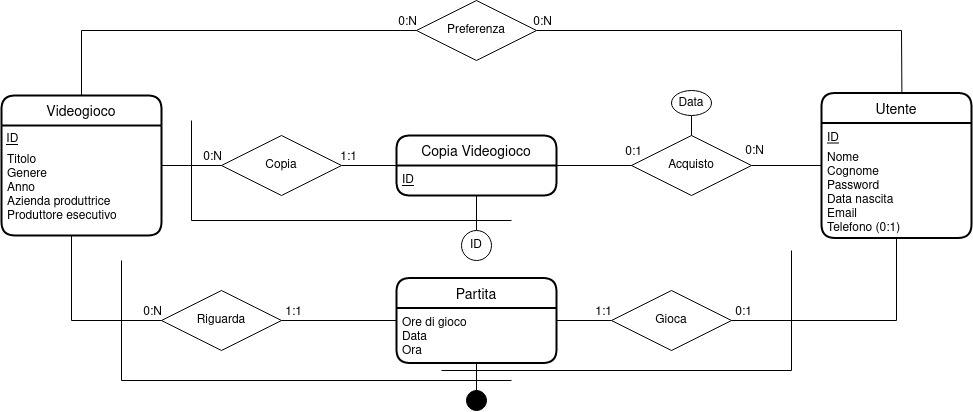
Earlier version of the draw.io export other/vg.png (chrg127/db-online-console). Source tidied: cells renumbered, new cells last; positions are measured from the earlier drawing's top-left corner, leaving out a move shared by most shapes.
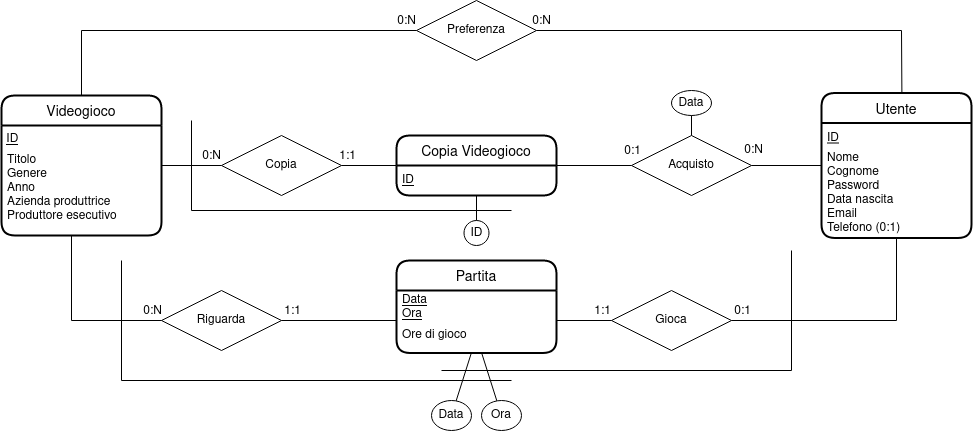
The same diagram one commit later.

Change to the diagram source:
```diff
@@ -11,12 +11,6 @@
     <mxCell id="4" value="Nome&#10;Cognome&#10;Password&#10;Data nascita&#10;Email&#10;Telefono (0:1)" style="align=left;strokeColor=none;fillColor=none;spacingLeft=4;fontSize=12;verticalAlign=top;" parent="2" vertex="1">
       <mxGeometry y="50" width="150" height="95" as="geometry" />
     </mxCell>
-    <mxCell id="5" value="Partita" style="swimlane;horizontal=1;startSize=30;rounded=1;fontSize=14;fontStyle=0;strokeWidth=2;shadow=0;dashed=0;align=center;" parent="1" vertex="1">
-      <mxGeometry x="395" y="277.5" width="160" height="85" as="geometry" />
-    </mxCell>
-    <mxCell id="6" value="Ore di gioco&#10;Data&#10;Ora&#10;" style="align=left;strokeColor=none;fillColor=none;spacingLeft=4;fontSize=12;verticalAlign=top;" parent="5" vertex="1">
-      <mxGeometry y="30" width="160" height="55" as="geometry" />
-    </mxCell>
     <mxCell id="7" value="Videogioco" style="swimlane;horizontal=1;startSize=30;rounded=1;fontSize=14;fontStyle=0;strokeWidth=2;shadow=0;dashed=0;align=center;" parent="1" vertex="1">
       <mxGeometry y="95" width="160" height="140" as="geometry" />
     </mxCell>
@@ -52,8 +46,10 @@
     <mxCell id="17" value="Gioca" style="shape=rhombus;perimeter=rhombusPerimeter;whiteSpace=wrap;html=1;align=center;" parent="1" vertex="1">
       <mxGeometry x="610" y="290" width="120" height="60" as="geometry" />
     </mxCell>
-    <mxCell id="18" style="endArrow=none;html=1;rounded=0;" parent="1" edge="1" source="5" target="17">
-      <mxGeometry relative="1" as="geometry" />
+    <mxCell id="18" style="endArrow=none;html=1;rounded=0;" parent="1" edge="1" target="17">
+      <mxGeometry relative="1" as="geometry">
+        <mxPoint x="555" y="320" as="sourcePoint" />
+      </mxGeometry>
     </mxCell>
     <mxCell id="19" value="1:1" style="html=1;align=right;verticalAlign=bottom;" parent="18" vertex="1">
       <mxGeometry x="1" relative="1" as="geometry" />
@@ -80,8 +76,10 @@
     <mxCell id="25" value="0:N" style="html=1;align=right;verticalAlign=bottom;" parent="24" vertex="1">
       <mxGeometry x="1" relative="1" as="geometry" />
     </mxCell>
-    <mxCell id="26" style="endArrow=none;html=1;rounded=0;" parent="1" edge="1" source="5" target="23">
-      <mxGeometry relative="1" as="geometry" />
+    <mxCell id="26" style="endArrow=none;html=1;rounded=0;" parent="1" edge="1" target="23">
+      <mxGeometry relative="1" as="geometry">
+        <mxPoint x="395" y="320" as="sourcePoint" />
+      </mxGeometry>
     </mxCell>
     <mxCell id="27" value="1:1" style="html=1;align=right;verticalAlign=bottom;" parent="26" vertex="1">
       <mxGeometry x="1" relative="1" as="geometry">
@@ -114,23 +112,20 @@
         <mxPoint x="510" y="380" as="targetPoint" />
       </mxGeometry>
     </mxCell>
-    <mxCell id="33" style="endArrow=none;html=1;rounded=0;" parent="1" edge="1" source="39" target="5">
-      <mxGeometry relative="1" as="geometry" />
-    </mxCell>
     <mxCell id="34" style="endArrow=none;html=1;rounded=0;" parent="1" edge="1">
       <mxGeometry relative="1" as="geometry">
         <mxPoint x="190" y="120" as="sourcePoint" />
-        <mxPoint x="190" y="220" as="targetPoint" />
+        <mxPoint x="190" y="210" as="targetPoint" />
       </mxGeometry>
     </mxCell>
     <mxCell id="35" style="endArrow=none;html=1;rounded=0;" parent="1" edge="1">
       <mxGeometry relative="1" as="geometry">
-        <mxPoint x="190" y="220" as="sourcePoint" />
-        <mxPoint x="510" y="220" as="targetPoint" />
+        <mxPoint x="190" y="210" as="sourcePoint" />
+        <mxPoint x="510" y="210" as="targetPoint" />
       </mxGeometry>
     </mxCell>
     <mxCell id="36" value="ID" style="ellipse;whiteSpace=wrap;html=1;align=center;labelBackgroundColor=#ffffff;fillColor=none;" parent="1" vertex="1">
-      <mxGeometry x="460" y="230" width="30" height="30" as="geometry" />
+      <mxGeometry x="462.5" y="220" width="25" height="25" as="geometry" />
     </mxCell>
     <mxCell id="37" value="Data" style="ellipse;whiteSpace=wrap;html=1;align=center;fillColor=none;" parent="1" vertex="1">
       <mxGeometry x="670" y="90" width="40" height="25" as="geometry" />
@@ -138,9 +133,6 @@
     <mxCell id="38" style="endArrow=none;html=1;rounded=0;" parent="1" edge="1" source="37" target="20">
       <mxGeometry relative="1" as="geometry" />
     </mxCell>
-    <mxCell id="39" style="ellipse;whiteSpace=wrap;html=1;align=center;fillColor=#000000;" parent="1" vertex="1">
-      <mxGeometry x="465" y="390" width="20" height="20" as="geometry" />
-    </mxCell>
     <mxCell id="40" style="endArrow=none;html=1;rounded=0;" parent="1" edge="1" target="17">
       <mxGeometry relative="1" as="geometry">
         <mxPoint x="895" y="320" as="sourcePoint" />
@@ -202,5 +194,26 @@
         <mxPoint x="900" y="30" as="sourcePoint" />
       </mxGeometry>
     </mxCell>
+    <mxCell id="53" value="Data" style="ellipse;whiteSpace=wrap;html=1;align=center;labelBackgroundColor=none;fillColor=none;" parent="1" vertex="1">
+      <mxGeometry x="430" y="400" width="40" height="30" as="geometry" />
+    </mxCell>
+    <mxCell id="54" value="Ora" style="ellipse;whiteSpace=wrap;html=1;align=center;labelBackgroundColor=none;fillColor=none;" parent="1" vertex="1">
+      <mxGeometry x="480" y="400" width="40" height="30" as="geometry" />
+    </mxCell>
+    <mxCell id="55" style="endArrow=none;html=1;fontColor=#000000;" parent="1" edge="1" source="58" target="53">
+      <mxGeometry relative="1" as="geometry" />
+    </mxCell>
+    <mxCell id="56" style="endArrow=none;html=1;fontColor=#000000;" parent="1" edge="1" source="58" target="54">
+      <mxGeometry relative="1" as="geometry" />
+    </mxCell>
+    <mxCell id="5" value="Partita" style="swimlane;horizontal=1;startSize=30;rounded=1;fontSize=14;fontStyle=0;strokeWidth=2;shadow=0;dashed=0;align=center;verticalAlign=middle;" parent="1" vertex="1">
+      <mxGeometry x="395" y="260" width="160" height="92.5" as="geometry" />
+    </mxCell>
+    <mxCell id="57" value="Data&#10;Ora" style="text;strokeColor=none;fillColor=none;align=left;verticalAlign=middle;rounded=0;fontStyle=4;spacingLeft=4;" parent="5" vertex="1">
+      <mxGeometry y="30" width="160" height="30" as="geometry" />
+    </mxCell>
+    <mxCell id="58" value="Ore di gioco" style="align=left;strokeColor=none;fillColor=none;spacingLeft=4;fontSize=12;verticalAlign=top;fontStyle=0;" parent="5" vertex="1">
+      <mxGeometry y="60" width="160" height="32.5" as="geometry" />
+    </mxCell>
   </root>
 </mxGraphModel>
```
